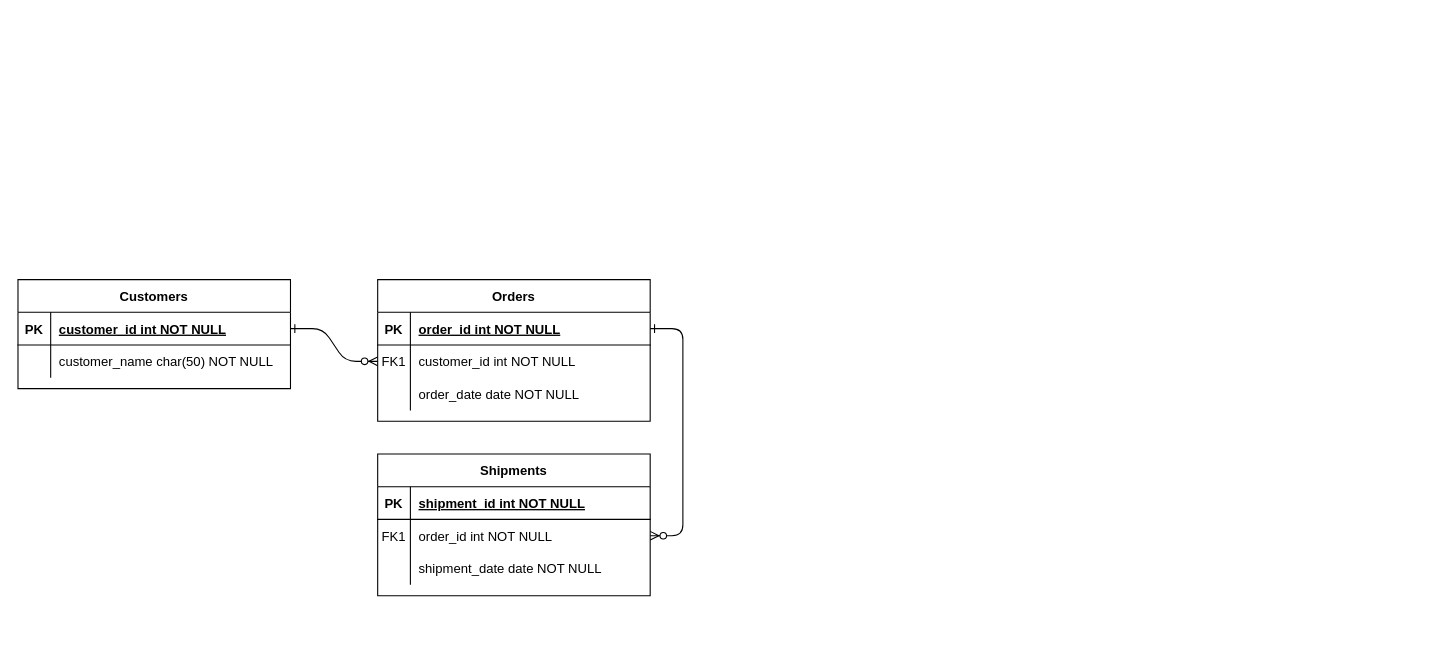
AmirAini/BackEndDay1 keeps this draw.io diagram as test1.drawio. Above is the earlier version. Source tidied: cells renumbered, new cells numbered last; positions are measured from the earlier drawing's top-left corner, leaving out a move shared by most shapes. Both pictures are drawn from the tidied source at 109%, with x=0, y=0 at pixel (17, 279).
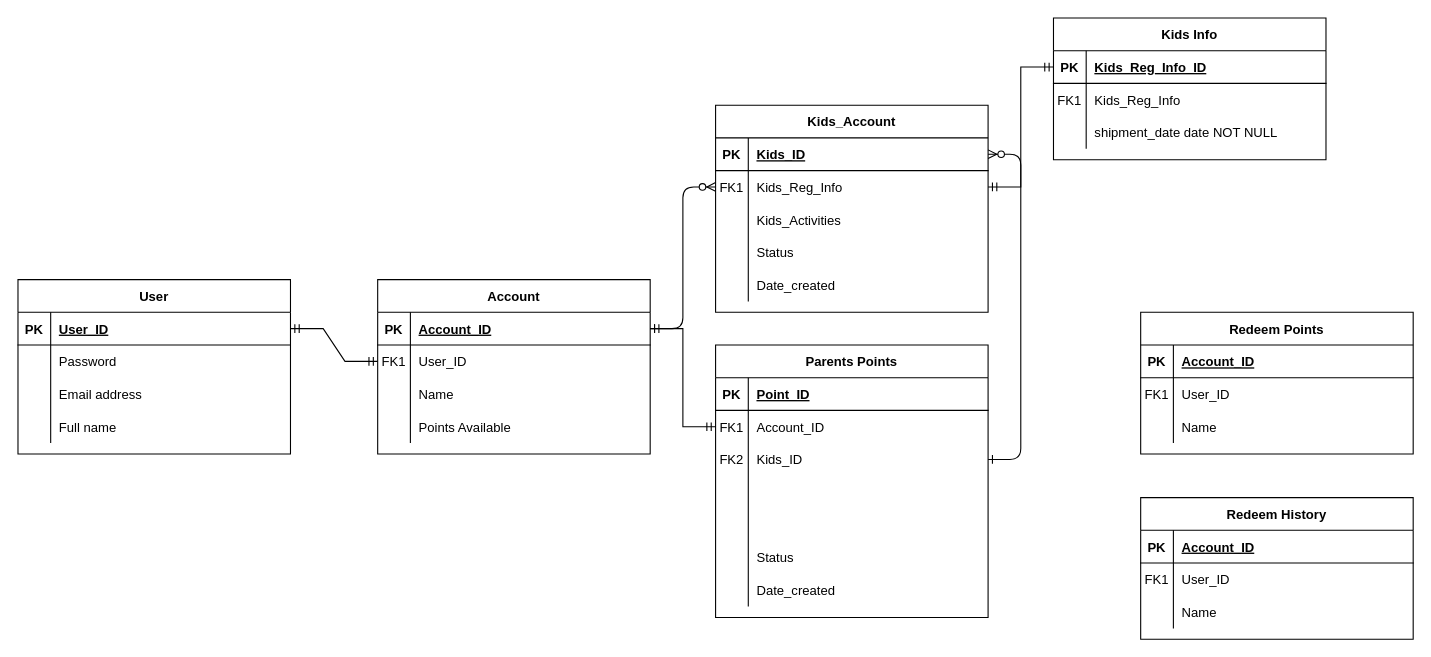
The same diagram, later.

Unchanged cells that the change refers to:
```xml
<mxCell id="5" style="shape=partialRectangle;fillColor=none;points=[[0,0.5],[1,0.5]];portConstraint=eastwest;top=0;left=0;right=0;bottom=1;" parent="4" vertex="1">
  <mxGeometry y="30" width="250" height="30" as="geometry" />
</mxCell>
<mxCell id="8" style="shape=partialRectangle;fillColor=none;points=[[0,0.5],[1,0.5]];portConstraint=eastwest;top=0;left=0;right=0;bottom=0;" parent="4" vertex="1">
  <mxGeometry y="60" width="250" height="30" as="geometry" />
</mxCell>
<mxCell id="11" style="shape=partialRectangle;fillColor=none;top=0;left=0;right=0;bottom=0;" parent="4" vertex="1">
  <mxGeometry y="90" width="250" height="30" as="geometry" />
</mxCell>
<mxCell id="15" style="shape=partialRectangle;fillColor=none;points=[[0,0.5],[1,0.5]];portConstraint=eastwest;top=0;left=0;right=0;bottom=1;" parent="14" vertex="1">
  <mxGeometry y="30" width="250" height="30" as="geometry" />
</mxCell>
<mxCell id="18" style="shape=partialRectangle;fillColor=none;points=[[0,0.5],[1,0.5]];portConstraint=eastwest;top=0;left=0;right=0;bottom=0;" parent="14" vertex="1">
  <mxGeometry y="60" width="250" height="30" as="geometry" />
</mxCell>
<mxCell id="21" style="shape=partialRectangle;fillColor=none;top=0;left=0;right=0;bottom=0;" parent="14" vertex="1">
  <mxGeometry y="90" width="250" height="30" as="geometry" />
</mxCell>
<mxCell id="25" style="shape=partialRectangle;fillColor=none;points=[[0,0.5],[1,0.5]];portConstraint=eastwest;top=0;left=0;right=0;bottom=1;" parent="24" vertex="1">
  <mxGeometry y="30" width="250" height="30" as="geometry" />
</mxCell>
<mxCell id="28" style="shape=partialRectangle;fillColor=none;top=0;left=0;right=0;bottom=0;" parent="24" vertex="1">
  <mxGeometry y="60" width="250" height="30" as="geometry" />
</mxCell>
```

The edit, as a diff of the source:
```diff
@@
-    <mxCell id="2" style="edgeStyle=entityRelationEdgeStyle;endArrow=ERzeroToMany;startArrow=ERone;endFill=1;startFill=0;" parent="1" edge="1" source="25" target="8">
-      <mxGeometry relative="1" as="geometry" />
-    </mxCell>
@@
-    <mxCell id="4" value="Orders" style="shape=table;startSize=30;childLayout=tableLayout;rowLines=0;fontStyle=1;align=center;" parent="1" vertex="1">
-      <mxGeometry x="330" width="250" height="130" as="geometry" />
+    <mxCell id="4" value="Account" style="shape=table;startSize=30;childLayout=tableLayout;rowLines=0;fontStyle=1;align=center;" parent="1" vertex="1">
+      <mxGeometry x="330" width="250" height="160" as="geometry" />
     </mxCell>
@@
-    <mxCell id="7" value="order_id int NOT NULL " style="shape=partialRectangle;overflow=hidden;fillColor=none;top=0;left=0;bottom=0;right=0;align=left;spacingLeft=6;fontStyle=5;" parent="5" vertex="1">
+    <mxCell id="7" value="Account_ID" style="shape=partialRectangle;overflow=hidden;fillColor=none;top=0;left=0;bottom=0;right=0;align=left;spacingLeft=6;fontStyle=5;" parent="5" vertex="1">
       <mxGeometry x="30" width="220" height="30" as="geometry" />
     </mxCell>
@@
-    <mxCell id="10" value="customer_id int NOT NULL" style="shape=partialRectangle;overflow=hidden;fillColor=none;top=0;left=0;bottom=0;right=0;align=left;spacingLeft=6;" parent="8" vertex="1">
+    <mxCell id="10" value="User_ID" style="shape=partialRectangle;overflow=hidden;fillColor=none;top=0;left=0;bottom=0;right=0;align=left;spacingLeft=6;" parent="8" vertex="1">
       <mxGeometry x="30" width="220" height="30" as="geometry" />
     </mxCell>
@@
-    <mxCell id="13" value="order_date date NOT NULL" style="shape=partialRectangle;overflow=hidden;fillColor=none;top=0;left=0;bottom=0;right=0;align=left;spacingLeft=6;" parent="11" vertex="1">
+    <mxCell id="13" value="Name" style="shape=partialRectangle;overflow=hidden;fillColor=none;top=0;left=0;bottom=0;right=0;align=left;spacingLeft=6;" parent="11" vertex="1">
       <mxGeometry x="30" width="220" height="30" as="geometry" />
     </mxCell>
+    <mxCell id="31" style="shape=partialRectangle;fillColor=none;top=0;left=0;right=0;bottom=0;" parent="4" vertex="1">
+      <mxGeometry y="120" width="250" height="30" as="geometry" />
+    </mxCell>
+    <mxCell id="32" style="shape=partialRectangle;overflow=hidden;fillColor=none;top=0;left=0;bottom=0;right=0;" parent="31" vertex="1">
+      <mxGeometry width="30" height="30" as="geometry" />
+    </mxCell>
+    <mxCell id="33" value="Points Available" style="shape=partialRectangle;overflow=hidden;fillColor=none;top=0;left=0;bottom=0;right=0;align=left;spacingLeft=6;" parent="31" vertex="1">
+      <mxGeometry x="30" width="220" height="30" as="geometry" />
+    </mxCell>
-    <mxCell id="14" value="Shipments" style="shape=table;startSize=30;childLayout=tableLayout;rowLines=0;fontStyle=1;align=center;" parent="1" vertex="1">
-      <mxGeometry x="330" y="160" width="250" height="130" as="geometry" />
+    <mxCell id="14" value="Kids_Account" style="shape=table;startSize=30;childLayout=tableLayout;rowLines=0;fontStyle=1;align=center;" parent="1" vertex="1">
+      <mxGeometry x="640" y="-160" width="250" height="190" as="geometry" />
     </mxCell>
@@
-    <mxCell id="17" value="shipment_id int NOT NULL " style="shape=partialRectangle;overflow=hidden;fillColor=none;top=0;left=0;bottom=0;right=0;align=left;spacingLeft=6;fontStyle=5;" parent="15" vertex="1">
+    <mxCell id="17" value="Kids_ID" style="shape=partialRectangle;overflow=hidden;fillColor=none;top=0;left=0;bottom=0;right=0;align=left;spacingLeft=6;fontStyle=5;" parent="15" vertex="1">
       <mxGeometry x="30" width="220" height="30" as="geometry" />
     </mxCell>
@@
-    <mxCell id="20" value="order_id int NOT NULL" style="shape=partialRectangle;overflow=hidden;fillColor=none;top=0;left=0;bottom=0;right=0;align=left;spacingLeft=6;" parent="18" vertex="1">
+    <mxCell id="20" value="Kids_Reg_Info" style="shape=partialRectangle;overflow=hidden;fillColor=none;top=0;left=0;bottom=0;right=0;align=left;spacingLeft=6;" parent="18" vertex="1">
       <mxGeometry x="30" width="220" height="30" as="geometry" />
     </mxCell>
@@
-    <mxCell id="23" value="shipment_date date NOT NULL" style="shape=partialRectangle;overflow=hidden;fillColor=none;top=0;left=0;bottom=0;right=0;align=left;spacingLeft=6;" parent="21" vertex="1">
+    <mxCell id="23" value="Kids_Activities" style="shape=partialRectangle;overflow=hidden;fillColor=none;top=0;left=0;bottom=0;right=0;align=left;spacingLeft=6;" parent="21" vertex="1">
       <mxGeometry x="30" width="220" height="30" as="geometry" />
     </mxCell>
+    <mxCell id="34" style="shape=partialRectangle;fillColor=none;top=0;left=0;right=0;bottom=0;" parent="14" vertex="1">
+      <mxGeometry y="120" width="250" height="30" as="geometry" />
+    </mxCell>
+    <mxCell id="35" style="shape=partialRectangle;overflow=hidden;fillColor=none;top=0;left=0;bottom=0;right=0;" parent="34" vertex="1">
+      <mxGeometry width="30" height="30" as="geometry" />
+    </mxCell>
+    <mxCell id="36" value="Status" style="shape=partialRectangle;overflow=hidden;fillColor=none;top=0;left=0;bottom=0;right=0;align=left;spacingLeft=6;" parent="34" vertex="1">
+      <mxGeometry x="30" width="220" height="30" as="geometry" />
+    </mxCell>
+    <mxCell id="37" style="shape=partialRectangle;fillColor=none;top=0;left=0;right=0;bottom=0;" parent="14" vertex="1">
+      <mxGeometry y="150" width="250" height="30" as="geometry" />
+    </mxCell>
+    <mxCell id="38" style="shape=partialRectangle;overflow=hidden;fillColor=none;top=0;left=0;bottom=0;right=0;" parent="37" vertex="1">
+      <mxGeometry width="30" height="30" as="geometry" />
+    </mxCell>
+    <mxCell id="39" value="Date_created" style="shape=partialRectangle;overflow=hidden;fillColor=none;top=0;left=0;bottom=0;right=0;align=left;spacingLeft=6;" parent="37" vertex="1">
+      <mxGeometry x="30" width="220" height="30" as="geometry" />
+    </mxCell>
-    <mxCell id="24" value="Customers" style="shape=table;startSize=30;childLayout=tableLayout;rowLines=0;fontStyle=1;align=center;" parent="1" vertex="1">
-      <mxGeometry width="250" height="100" as="geometry" />
+    <mxCell id="24" value="User" style="shape=table;startSize=30;childLayout=tableLayout;rowLines=0;fontStyle=1;align=center;" parent="1" vertex="1">
+      <mxGeometry width="250" height="160" as="geometry" />
     </mxCell>
@@
-    <mxCell id="27" value="customer_id int NOT NULL " style="shape=partialRectangle;overflow=hidden;fillColor=none;top=0;left=0;bottom=0;right=0;align=left;spacingLeft=6;fontStyle=5;" parent="25" vertex="1">
+    <mxCell id="27" value="User_ID" style="shape=partialRectangle;overflow=hidden;fillColor=none;top=0;left=0;bottom=0;right=0;align=left;spacingLeft=6;fontStyle=5;" parent="25" vertex="1">
       <mxGeometry x="30" width="220" height="30" as="geometry" />
     </mxCell>
@@
-    <mxCell id="30" value="customer_name char(50) NOT NULL" style="shape=partialRectangle;overflow=hidden;fillColor=none;top=0;left=0;bottom=0;right=0;align=left;spacingLeft=6;" parent="28" vertex="1">
+    <mxCell id="30" value="Password" style="shape=partialRectangle;overflow=hidden;fillColor=none;top=0;left=0;bottom=0;right=0;align=left;spacingLeft=6;" parent="28" vertex="1">
       <mxGeometry x="30" width="220" height="30" as="geometry" />
     </mxCell>
+    <mxCell id="40" style="shape=partialRectangle;fillColor=none;top=0;left=0;right=0;bottom=0;" parent="24" vertex="1">
+      <mxGeometry y="90" width="250" height="30" as="geometry" />
+    </mxCell>
+    <mxCell id="41" style="shape=partialRectangle;overflow=hidden;fillColor=none;top=0;left=0;bottom=0;right=0;" parent="40" vertex="1">
+      <mxGeometry width="30" height="30" as="geometry" />
+    </mxCell>
+    <mxCell id="42" value="Email address" style="shape=partialRectangle;overflow=hidden;fillColor=none;top=0;left=0;bottom=0;right=0;align=left;spacingLeft=6;" parent="40" vertex="1">
+      <mxGeometry x="30" width="220" height="30" as="geometry" />
+    </mxCell>
+    <mxCell id="43" style="shape=partialRectangle;fillColor=none;top=0;left=0;right=0;bottom=0;" parent="24" vertex="1">
+      <mxGeometry y="120" width="250" height="30" as="geometry" />
+    </mxCell>
+    <mxCell id="44" style="shape=partialRectangle;overflow=hidden;fillColor=none;top=0;left=0;bottom=0;right=0;" parent="43" vertex="1">
+      <mxGeometry width="30" height="30" as="geometry" />
+    </mxCell>
+    <mxCell id="45" value="Full name" style="shape=partialRectangle;overflow=hidden;fillColor=none;top=0;left=0;bottom=0;right=0;align=left;spacingLeft=6;" parent="43" vertex="1">
+      <mxGeometry x="30" width="220" height="30" as="geometry" />
+    </mxCell>
+    <mxCell id="46" value="Redeem Points" style="shape=table;startSize=30;childLayout=tableLayout;rowLines=0;fontStyle=1;align=center;" parent="1" vertex="1">
+      <mxGeometry x="1030" y="30" width="250" height="130" as="geometry" />
+    </mxCell>
+    <mxCell id="47" style="shape=partialRectangle;fillColor=none;top=0;left=0;right=0;bottom=1;" parent="46" vertex="1">
+      <mxGeometry y="30" width="250" height="30" as="geometry" />
+    </mxCell>
+    <mxCell id="48" value="PK" style="shape=partialRectangle;overflow=hidden;fillColor=none;top=0;left=0;bottom=0;right=0;fontStyle=1;" parent="47" vertex="1">
+      <mxGeometry width="30" height="30" as="geometry" />
+    </mxCell>
+    <mxCell id="49" value="Account_ID" style="shape=partialRectangle;overflow=hidden;fillColor=none;top=0;left=0;bottom=0;right=0;align=left;spacingLeft=6;fontStyle=5;" parent="47" vertex="1">
+      <mxGeometry x="30" width="220" height="30" as="geometry" />
+    </mxCell>
+    <mxCell id="50" style="shape=partialRectangle;fillColor=none;top=0;left=0;right=0;bottom=0;" parent="46" vertex="1">
+      <mxGeometry y="60" width="250" height="30" as="geometry" />
+    </mxCell>
+    <mxCell id="51" value="FK1" style="shape=partialRectangle;overflow=hidden;fillColor=none;top=0;left=0;bottom=0;right=0;" parent="50" vertex="1">
+      <mxGeometry width="30" height="30" as="geometry" />
+    </mxCell>
+    <mxCell id="52" value="User_ID" style="shape=partialRectangle;overflow=hidden;fillColor=none;top=0;left=0;bottom=0;right=0;align=left;spacingLeft=6;" parent="50" vertex="1">
+      <mxGeometry x="30" width="220" height="30" as="geometry" />
+    </mxCell>
+    <mxCell id="53" style="shape=partialRectangle;fillColor=none;top=0;left=0;right=0;bottom=0;" parent="46" vertex="1">
+      <mxGeometry y="90" width="250" height="30" as="geometry" />
+    </mxCell>
+    <mxCell id="54" style="shape=partialRectangle;overflow=hidden;fillColor=none;top=0;left=0;bottom=0;right=0;" parent="53" vertex="1">
+      <mxGeometry width="30" height="30" as="geometry" />
+    </mxCell>
+    <mxCell id="55" value="Name" style="shape=partialRectangle;overflow=hidden;fillColor=none;top=0;left=0;bottom=0;right=0;align=left;spacingLeft=6;" parent="53" vertex="1">
+      <mxGeometry x="30" width="220" height="30" as="geometry" />
+    </mxCell>
+    <mxCell id="56" value="Redeem History" style="shape=table;startSize=30;childLayout=tableLayout;rowLines=0;fontStyle=1;align=center;" parent="1" vertex="1">
+      <mxGeometry x="1030" y="200" width="250" height="130" as="geometry" />
+    </mxCell>
+    <mxCell id="57" style="shape=partialRectangle;fillColor=none;top=0;left=0;right=0;bottom=1;" parent="56" vertex="1">
+      <mxGeometry y="30" width="250" height="30" as="geometry" />
+    </mxCell>
+    <mxCell id="58" value="PK" style="shape=partialRectangle;overflow=hidden;fillColor=none;top=0;left=0;bottom=0;right=0;fontStyle=1;" parent="57" vertex="1">
+      <mxGeometry width="30" height="30" as="geometry" />
+    </mxCell>
+    <mxCell id="59" value="Account_ID" style="shape=partialRectangle;overflow=hidden;fillColor=none;top=0;left=0;bottom=0;right=0;align=left;spacingLeft=6;fontStyle=5;" parent="57" vertex="1">
+      <mxGeometry x="30" width="220" height="30" as="geometry" />
+    </mxCell>
+    <mxCell id="60" style="shape=partialRectangle;fillColor=none;top=0;left=0;right=0;bottom=0;" parent="56" vertex="1">
+      <mxGeometry y="60" width="250" height="30" as="geometry" />
+    </mxCell>
+    <mxCell id="61" value="FK1" style="shape=partialRectangle;overflow=hidden;fillColor=none;top=0;left=0;bottom=0;right=0;" parent="60" vertex="1">
+      <mxGeometry width="30" height="30" as="geometry" />
+    </mxCell>
+    <mxCell id="62" value="User_ID" style="shape=partialRectangle;overflow=hidden;fillColor=none;top=0;left=0;bottom=0;right=0;align=left;spacingLeft=6;" parent="60" vertex="1">
+      <mxGeometry x="30" width="220" height="30" as="geometry" />
+    </mxCell>
+    <mxCell id="63" style="shape=partialRectangle;fillColor=none;top=0;left=0;right=0;bottom=0;" parent="56" vertex="1">
+      <mxGeometry y="90" width="250" height="30" as="geometry" />
+    </mxCell>
+    <mxCell id="64" style="shape=partialRectangle;overflow=hidden;fillColor=none;top=0;left=0;bottom=0;right=0;" parent="63" vertex="1">
+      <mxGeometry width="30" height="30" as="geometry" />
+    </mxCell>
+    <mxCell id="65" value="Name" style="shape=partialRectangle;overflow=hidden;fillColor=none;top=0;left=0;bottom=0;right=0;align=left;spacingLeft=6;" parent="63" vertex="1">
+      <mxGeometry x="30" width="220" height="30" as="geometry" />
+    </mxCell>
+    <mxCell id="66" value="Kids Info" style="shape=table;startSize=30;childLayout=tableLayout;rowLines=0;fontStyle=1;align=center;" parent="1" vertex="1">
+      <mxGeometry x="950" y="-240" width="250" height="130" as="geometry" />
+    </mxCell>
+    <mxCell id="67" style="shape=partialRectangle;fillColor=none;points=[[0,0.5],[1,0.5]];portConstraint=eastwest;top=0;left=0;right=0;bottom=1;" parent="66" vertex="1">
+      <mxGeometry y="30" width="250" height="30" as="geometry" />
+    </mxCell>
+    <mxCell id="68" value="PK" style="shape=partialRectangle;overflow=hidden;fillColor=none;top=0;left=0;bottom=0;right=0;fontStyle=1;" parent="67" vertex="1">
+      <mxGeometry width="30" height="30" as="geometry" />
+    </mxCell>
+    <mxCell id="69" value="Kids_Reg_Info_ID" style="shape=partialRectangle;overflow=hidden;fillColor=none;top=0;left=0;bottom=0;right=0;align=left;spacingLeft=6;fontStyle=5;" parent="67" vertex="1">
+      <mxGeometry x="30" width="220" height="30" as="geometry" />
+    </mxCell>
+    <mxCell id="70" style="shape=partialRectangle;fillColor=none;top=0;left=0;right=0;bottom=0;" parent="66" vertex="1">
+      <mxGeometry y="60" width="250" height="30" as="geometry" />
+    </mxCell>
+    <mxCell id="71" value="FK1" style="shape=partialRectangle;overflow=hidden;fillColor=none;top=0;left=0;bottom=0;right=0;" parent="70" vertex="1">
+      <mxGeometry width="30" height="30" as="geometry" />
+    </mxCell>
+    <mxCell id="72" value="Kids_Reg_Info" style="shape=partialRectangle;overflow=hidden;fillColor=none;top=0;left=0;bottom=0;right=0;align=left;spacingLeft=6;" parent="70" vertex="1">
+      <mxGeometry x="30" width="220" height="30" as="geometry" />
+    </mxCell>
+    <mxCell id="73" style="shape=partialRectangle;fillColor=none;top=0;left=0;right=0;bottom=0;" parent="66" vertex="1">
+      <mxGeometry y="90" width="250" height="30" as="geometry" />
+    </mxCell>
+    <mxCell id="74" style="shape=partialRectangle;overflow=hidden;fillColor=none;top=0;left=0;bottom=0;right=0;" parent="73" vertex="1">
+      <mxGeometry width="30" height="30" as="geometry" />
+    </mxCell>
+    <mxCell id="75" value="shipment_date date NOT NULL" style="shape=partialRectangle;overflow=hidden;fillColor=none;top=0;left=0;bottom=0;right=0;align=left;spacingLeft=6;" parent="73" vertex="1">
+      <mxGeometry x="30" width="220" height="30" as="geometry" />
+    </mxCell>
+    <mxCell id="2" style="edgeStyle=entityRelationEdgeStyle;fontSize=12;html=1;endArrow=ERmandOne;startArrow=ERmandOne;rounded=0;" parent="1" edge="1" source="25" target="8">
+      <mxGeometry relative="1" as="geometry" />
+    </mxCell>
+    <mxCell id="76" style="edgeStyle=entityRelationEdgeStyle;fontSize=12;html=1;endArrow=ERmandOne;startArrow=ERmandOne;rounded=0;" parent="1" edge="1" source="18" target="67">
+      <mxGeometry relative="1" as="geometry" />
+    </mxCell>
+    <mxCell id="77" value="Parents Points" style="shape=table;startSize=30;childLayout=tableLayout;rowLines=0;fontStyle=1;align=center;" parent="1" vertex="1">
+      <mxGeometry x="640" y="60" width="250" height="250" as="geometry" />
+    </mxCell>
+    <mxCell id="78" style="shape=partialRectangle;fillColor=none;top=0;left=0;right=0;bottom=1;" parent="77" vertex="1">
+      <mxGeometry y="30" width="250" height="30" as="geometry" />
+    </mxCell>
+    <mxCell id="79" value="PK" style="shape=partialRectangle;overflow=hidden;fillColor=none;top=0;left=0;bottom=0;right=0;fontStyle=1;" parent="78" vertex="1">
+      <mxGeometry width="30" height="30" as="geometry" />
+    </mxCell>
+    <mxCell id="80" value="Point_ID" style="shape=partialRectangle;overflow=hidden;fillColor=none;top=0;left=0;bottom=0;right=0;align=left;spacingLeft=6;fontStyle=5;" parent="78" vertex="1">
+      <mxGeometry x="30" width="220" height="30" as="geometry" />
+    </mxCell>
+    <mxCell id="81" style="shape=partialRectangle;fillColor=none;points=[[0,0.5],[1,0.5]];portConstraint=eastwest;top=0;left=0;right=0;bottom=0;" parent="77" vertex="1">
+      <mxGeometry y="60" width="250" height="30" as="geometry" />
+    </mxCell>
+    <mxCell id="82" value="FK1" style="shape=partialRectangle;overflow=hidden;fillColor=none;top=0;left=0;bottom=0;right=0;" parent="81" vertex="1">
+      <mxGeometry width="30" height="30" as="geometry" />
+    </mxCell>
+    <mxCell id="83" value="Account_ID" style="shape=partialRectangle;overflow=hidden;fillColor=none;top=0;left=0;bottom=0;right=0;align=left;spacingLeft=6;" parent="81" vertex="1">
+      <mxGeometry x="30" width="220" height="30" as="geometry" />
+    </mxCell>
+    <mxCell id="84" style="shape=partialRectangle;fillColor=none;points=[[0,0.5],[1,0.5]];portConstraint=eastwest;top=0;left=0;right=0;bottom=0;" parent="77" vertex="1">
+      <mxGeometry y="90" width="250" height="30" as="geometry" />
+    </mxCell>
+    <mxCell id="85" value="FK2" style="shape=partialRectangle;overflow=hidden;fillColor=none;top=0;left=0;bottom=0;right=0;" parent="84" vertex="1">
+      <mxGeometry width="30" height="30" as="geometry" />
+    </mxCell>
+    <mxCell id="86" value="Kids_ID" style="shape=partialRectangle;overflow=hidden;fillColor=none;top=0;left=0;bottom=0;right=0;align=left;spacingLeft=6;" parent="84" vertex="1">
+      <mxGeometry x="30" width="220" height="30" as="geometry" />
+    </mxCell>
+    <mxCell id="87" style="shape=partialRectangle;fillColor=none;top=0;left=0;right=0;bottom=0;" parent="77" vertex="1">
+      <mxGeometry y="120" width="250" height="30" as="geometry" />
+    </mxCell>
+    <mxCell id="88" style="shape=partialRectangle;overflow=hidden;fillColor=none;top=0;left=0;bottom=0;right=0;" parent="87" vertex="1">
+      <mxGeometry width="30" height="30" as="geometry" />
+    </mxCell>
+    <mxCell id="89" style="shape=partialRectangle;overflow=hidden;fillColor=none;top=0;left=0;bottom=0;right=0;align=left;spacingLeft=6;" parent="87" vertex="1">
+      <mxGeometry x="30" width="220" height="30" as="geometry" />
+    </mxCell>
+    <mxCell id="90" style="shape=partialRectangle;fillColor=none;top=0;left=0;right=0;bottom=0;" parent="77" vertex="1">
+      <mxGeometry y="150" width="250" height="30" as="geometry" />
+    </mxCell>
+    <mxCell id="91" style="shape=partialRectangle;overflow=hidden;fillColor=none;top=0;left=0;bottom=0;right=0;" parent="90" vertex="1">
+      <mxGeometry width="30" height="30" as="geometry" />
+    </mxCell>
+    <mxCell id="92" style="shape=partialRectangle;overflow=hidden;fillColor=none;top=0;left=0;bottom=0;right=0;align=left;spacingLeft=6;" parent="90" vertex="1">
+      <mxGeometry x="30" width="220" height="30" as="geometry" />
+    </mxCell>
+    <mxCell id="93" style="shape=partialRectangle;fillColor=none;top=0;left=0;right=0;bottom=0;" parent="77" vertex="1">
+      <mxGeometry y="180" width="250" height="30" as="geometry" />
+    </mxCell>
+    <mxCell id="94" style="shape=partialRectangle;overflow=hidden;fillColor=none;top=0;left=0;bottom=0;right=0;" parent="93" vertex="1">
+      <mxGeometry width="30" height="30" as="geometry" />
+    </mxCell>
+    <mxCell id="95" value="Status" style="shape=partialRectangle;overflow=hidden;fillColor=none;top=0;left=0;bottom=0;right=0;align=left;spacingLeft=6;" parent="93" vertex="1">
+      <mxGeometry x="30" width="220" height="30" as="geometry" />
+    </mxCell>
+    <mxCell id="96" style="shape=partialRectangle;fillColor=none;top=0;left=0;right=0;bottom=0;" parent="77" vertex="1">
+      <mxGeometry y="210" width="250" height="30" as="geometry" />
+    </mxCell>
+    <mxCell id="97" style="shape=partialRectangle;overflow=hidden;fillColor=none;top=0;left=0;bottom=0;right=0;" parent="96" vertex="1">
+      <mxGeometry width="30" height="30" as="geometry" />
+    </mxCell>
+    <mxCell id="98" value="Date_created" style="shape=partialRectangle;overflow=hidden;fillColor=none;top=0;left=0;bottom=0;right=0;align=left;spacingLeft=6;" parent="96" vertex="1">
+      <mxGeometry x="30" width="220" height="30" as="geometry" />
+    </mxCell>
+    <mxCell id="99" style="edgeStyle=entityRelationEdgeStyle;fontSize=12;html=1;endArrow=ERmandOne;startArrow=ERmandOne;rounded=0;" parent="1" edge="1" source="5" target="81">
+      <mxGeometry relative="1" as="geometry" />
+    </mxCell>
+    <mxCell id="100" style="edgeStyle=entityRelationEdgeStyle;endArrow=ERzeroToMany;startArrow=ERone;endFill=1;startFill=0;" parent="1" edge="1" source="84" target="15">
+      <mxGeometry relative="1" as="geometry" />
+    </mxCell>
```
